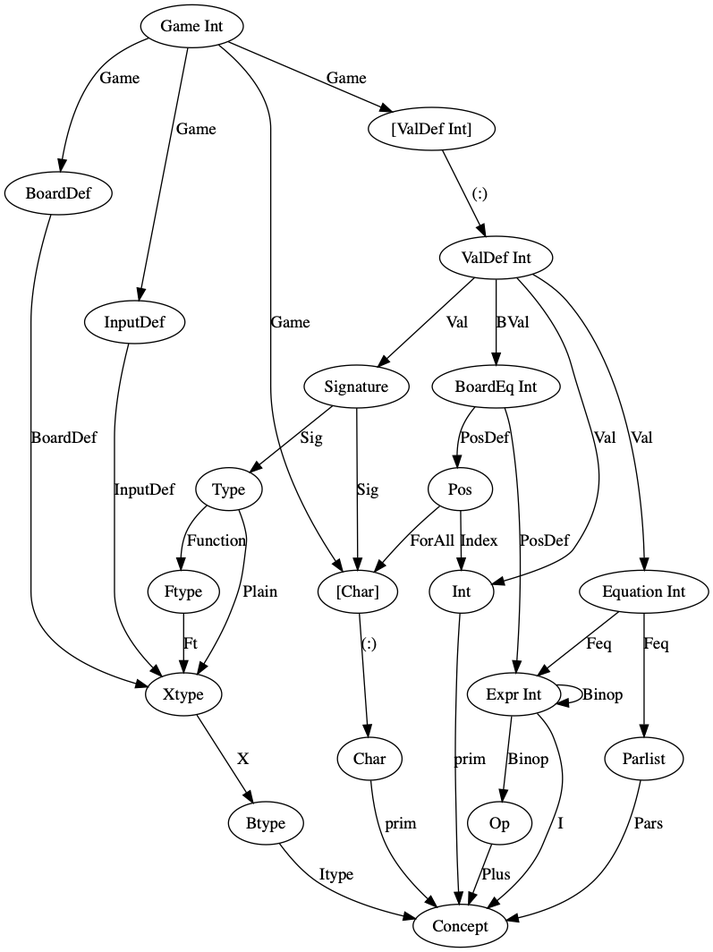
montymxb/ProgramConceptClassifier keeps this Graphviz diagram as astgraph.png. Above is the earlier version. Its source is kept beside it as astgraph.gv.
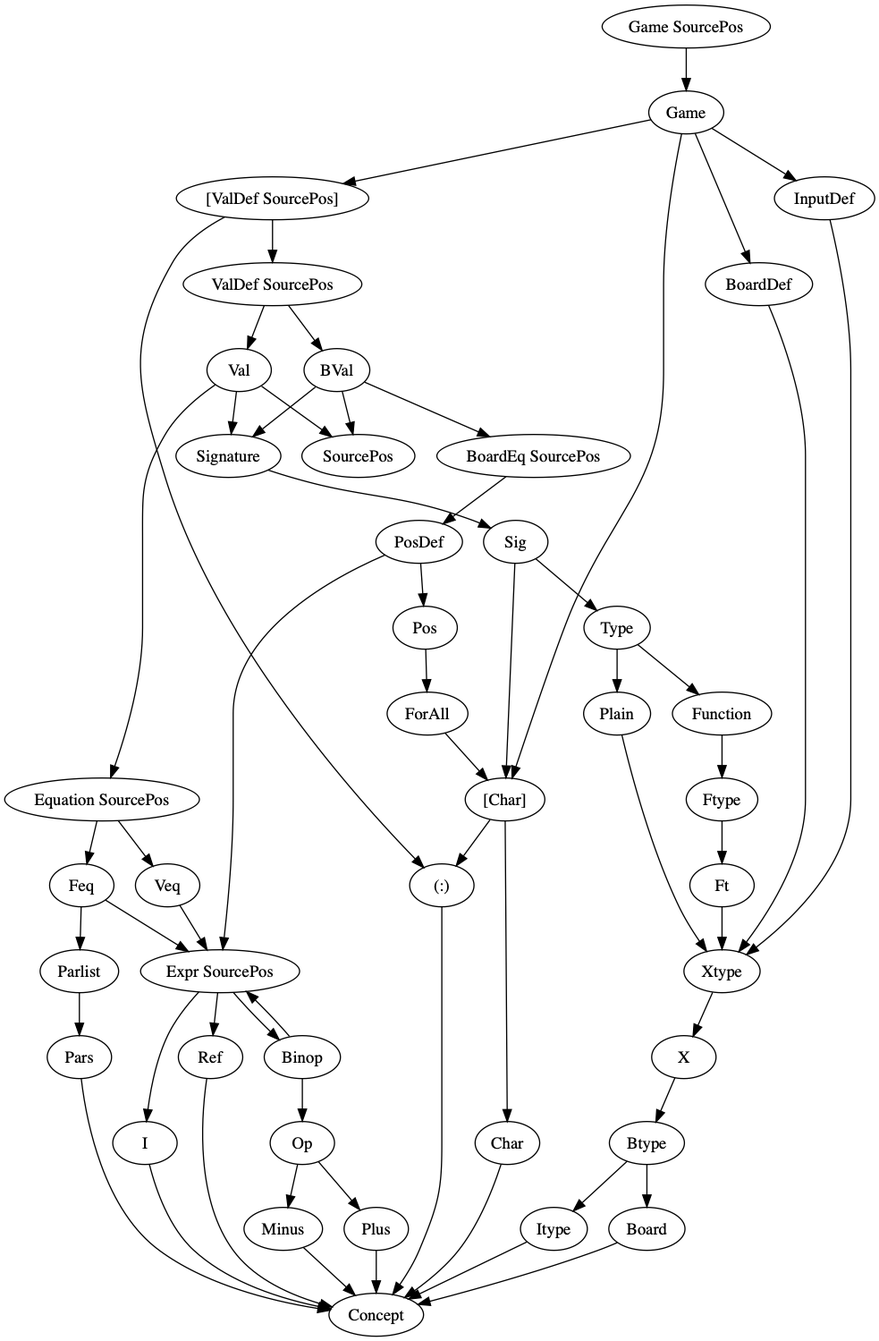
After the change.

What changed in the source:
```diff
@@ -1,139 +1,234 @@
 strict digraph G {
-Game_Int	 [label="Game Int"];
+Game_SourcePos	 [label="Game SourcePos"];
+Game	 [label="Game"];
 List_Char	 [label="[Char]"];
+OParenColonCParen	 [label="(:)"];
 Char	 [label="Char"];
+Concept	 [label="Concept"];
 Char	 [label="Char"];
+Concept	 [label="Concept"];
 Char	 [label="Char"];
+Concept	 [label="Concept"];
 Char	 [label="Char"];
+Concept	 [label="Concept"];
 Char	 [label="Char"];
+Concept	 [label="Concept"];
 Char	 [label="Char"];
+Concept	 [label="Concept"];
 Char	 [label="Char"];
+Concept	 [label="Concept"];
 Char	 [label="Char"];
+Concept	 [label="Concept"];
+BoardDef	 [label="BoardDef"];
 BoardDef	 [label="BoardDef"];
 Xtype	 [label="Xtype"];
+X	 [label="X"];
 Btype	 [label="Btype"];
 InputDef	 [label="InputDef"];
+InputDef	 [label="InputDef"];
 Xtype	 [label="Xtype"];
+X	 [label="X"];
 Btype	 [label="Btype"];
-List_ValDef_Int	 [label="[ValDef Int]"];
-ValDef_Int	 [label="ValDef Int"];
+List_ValDef_SourcePos	 [label="[ValDef SourcePos]"];
+OParenColonCParen	 [label="(:)"];
+ValDef_SourcePos	 [label="ValDef SourcePos"];
+Val	 [label="Val"];
 Signature	 [label="Signature"];
+Sig	 [label="Sig"];
 Type	 [label="Type"];
+Plain	 [label="Plain"];
 Xtype	 [label="Xtype"];
+X	 [label="X"];
 Btype	 [label="Btype"];
 List_Char	 [label="[Char]"];
+OParenColonCParen	 [label="(:)"];
 Char	 [label="Char"];
+Concept	 [label="Concept"];
 Char	 [label="Char"];
-Equation_Int	 [label="Equation Int"];
-Expr_Int	 [label="Expr Int"];
-Int	 [label="Int"];
-ValDef_Int	 [label="ValDef Int"];
+Concept	 [label="Concept"];
+Equation_SourcePos	 [label="Equation SourcePos"];
+Veq	 [label="Veq"];
+Expr_SourcePos	 [label="Expr SourcePos"];
+I	 [label="I"];
+ValDef_SourcePos	 [label="ValDef SourcePos"];
+BVal	 [label="BVal"];
 Signature	 [label="Signature"];
+Sig	 [label="Sig"];
 Type	 [label="Type"];
+Plain	 [label="Plain"];
 Xtype	 [label="Xtype"];
+X	 [label="X"];
 Btype	 [label="Btype"];
 List_Char	 [label="[Char]"];
+OParenColonCParen	 [label="(:)"];
 Char	 [label="Char"];
+Concept	 [label="Concept"];
 Char	 [label="Char"];
-BoardEq_Int	 [label="BoardEq Int"];
+Concept	 [label="Concept"];
+BoardEq_SourcePos	 [label="BoardEq SourcePos"];
+PosDef	 [label="PosDef"];
 Pos	 [label="Pos"];
+ForAll	 [label="ForAll"];
 Pos	 [label="Pos"];
-Expr_Int	 [label="Expr Int"];
-Int	 [label="Int"];
-ValDef_Int	 [label="ValDef Int"];
+ForAll	 [label="ForAll"];
+Expr_SourcePos	 [label="Expr SourcePos"];
+I	 [label="I"];
+ValDef_SourcePos	 [label="ValDef SourcePos"];
+Val	 [label="Val"];
 Signature	 [label="Signature"];
+Sig	 [label="Sig"];
 Type	 [label="Type"];
+Function	 [label="Function"];
 Ftype	 [label="Ftype"];
+Ft	 [label="Ft"];
 Xtype	 [label="Xtype"];
+X	 [label="X"];
 Btype	 [label="Btype"];
 Xtype	 [label="Xtype"];
+X	 [label="X"];
 Btype	 [label="Btype"];
 List_Char	 [label="[Char]"];
+OParenColonCParen	 [label="(:)"];
 Char	 [label="Char"];
+Concept	 [label="Concept"];
 Char	 [label="Char"];
-Equation_Int	 [label="Equation Int"];
+Concept	 [label="Concept"];
+Equation_SourcePos	 [label="Equation SourcePos"];
+Feq	 [label="Feq"];
 Parlist	 [label="Parlist"];
-Expr_Int	 [label="Expr Int"];
+Pars	 [label="Pars"];
+Expr_SourcePos	 [label="Expr SourcePos"];
+Binop	 [label="Binop"];
 Op	 [label="Op"];
-Expr_Int	 [label="Expr Int"];
-Expr_Int	 [label="Expr Int"];
-Int	 [label="Int"];
-Game_Int	->	List_Char	 [label="Game"];
-Game_Int	->	BoardDef	 [label="Game"];
-Game_Int	->	InputDef	 [label="Game"];
-Game_Int	->	List_ValDef_Int	 [label="Game"];
-List_Char	->	Char	 [label="(:)"];
-List_Char	->	Char	 [label="(:)"];
-List_Char	->	Char	 [label="(:)"];
-List_Char	->	Char	 [label="(:)"];
-List_Char	->	Char	 [label="(:)"];
-List_Char	->	Char	 [label="(:)"];
-List_Char	->	Char	 [label="(:)"];
-List_Char	->	Char	 [label="(:)"];
-Char	->	Concept	 [label="prim"];
-Char	->	Concept	 [label="prim"];
-Char	->	Concept	 [label="prim"];
-Char	->	Concept	 [label="prim"];
-Char	->	Concept	 [label="prim"];
-Char	->	Concept	 [label="prim"];
-Char	->	Concept	 [label="prim"];
-Char	->	Concept	 [label="prim"];
-BoardDef	->	Xtype	 [label="BoardDef"];
-Xtype	->	Btype	 [label="X"];
-Btype	->	Concept	 [label="Itype"];
-InputDef	->	Xtype	 [label="InputDef"];
-Xtype	->	Btype	 [label="X"];
-Btype	->	Concept	 [label="Itype"];
-List_ValDef_Int	->	ValDef_Int	 [label="(:)"];
-List_ValDef_Int	->	ValDef_Int	 [label="(:)"];
-List_ValDef_Int	->	ValDef_Int	 [label="(:)"];
-ValDef_Int	->	Signature	 [label="Val"];
-ValDef_Int	->	Equation_Int	 [label="Val"];
-ValDef_Int	->	Int	 [label="Val"];
-Signature	->	Type	 [label="Sig"];
-Signature	->	List_Char	 [label="Sig"];
-Type	->	Xtype	 [label="Plain"];
-Xtype	->	Btype	 [label="X"];
-Btype	->	Concept	 [label="Itype"];
-Equation_Int	->	Expr_Int	 [label="Veq"];
-Expr_Int	->	Concept	 [label="I"];
-Int	->	Concept	 [label="prim"];
-ValDef_Int	->	BoardEq_Int	 [label="BVal"];
-ValDef_Int	->	Signature	 [label="BVal"];
-ValDef_Int	->	Int	 [label="BVal"];
-Signature	->	Type	 [label="Sig"];
-Signature	->	List_Char	 [label="Sig"];
-Type	->	Xtype	 [label="Plain"];
-Xtype	->	Btype	 [label="X"];
-Btype	->	Concept	 [label="Board"];
-Int	->	Concept	 [label="prim"];
-BoardEq_Int	->	Pos	 [label="PosDef"];
-BoardEq_Int	->	Pos	 [label="PosDef"];
-BoardEq_Int	->	Expr_Int	 [label="PosDef"];
-Pos	->	Int	 [label="Index"];
-Pos	->	List_Char	 [label="ForAll"];
-Expr_Int	->	Concept	 [label="I"];
-ValDef_Int	->	Signature	 [label="Val"];
-ValDef_Int	->	Equation_Int	 [label="Val"];
-ValDef_Int	->	Int	 [label="Val"];
-Signature	->	Type	 [label="Sig"];
-Signature	->	List_Char	 [label="Sig"];
-Type	->	Ftype	 [label="Function"];
-Ftype	->	Xtype	 [label="Ft"];
-Ftype	->	Xtype	 [label="Ft"];
-Xtype	->	Btype	 [label="X"];
-Btype	->	Concept	 [label="Itype"];
-Xtype	->	Btype	 [label="X"];
-Btype	->	Concept	 [label="Itype"];
-Equation_Int	->	Parlist	 [label="Feq"];
-Equation_Int	->	Expr_Int	 [label="Feq"];
-Parlist	->	Concept	 [label="Pars"];
-Expr_Int	->	Op	 [label="Binop"];
-Expr_Int	->	Expr_Int	 [label="Binop"];
-Expr_Int	->	Expr_Int	 [label="Binop"];
-Op	->	Concept	 [label="Plus"];
-Expr_Int	->	Concept	 [label="Ref"];
-Expr_Int	->	Concept	 [label="I"];
-Int	->	Concept	 [label="prim"];
+Expr_SourcePos	 [label="Expr SourcePos"];
+Ref	 [label="Ref"];
+Expr_SourcePos	 [label="Expr SourcePos"];
+Binop	 [label="Binop"];
+Op	 [label="Op"];
+Expr_SourcePos	 [label="Expr SourcePos"];
+I	 [label="I"];
+Expr_SourcePos	 [label="Expr SourcePos"];
+I	 [label="I"];
+Game_SourcePos	->	Game	 [label=""];
+Game	->	List_Char	 [label=""];
+Game	->	BoardDef	 [label=""];
+Game	->	InputDef	 [label=""];
+Game	->	List_ValDef_SourcePos	 [label=""];
+List_Char	->	OParenColonCParen	 [label=""];
+OParenColonCParen	->	Concept	 [label=""];
+List_Char	->	Char	 [label=""];
+List_Char	->	Char	 [label=""];
+List_Char	->	Char	 [label=""];
+List_Char	->	Char	 [label=""];
+List_Char	->	Char	 [label=""];
+List_Char	->	Char	 [label=""];
+List_Char	->	Char	 [label=""];
+List_Char	->	Char	 [label=""];
+Char	->	Concept	 [label=""];
+Char	->	Concept	 [label=""];
+Char	->	Concept	 [label=""];
+Char	->	Concept	 [label=""];
+Char	->	Concept	 [label=""];
+Char	->	Concept	 [label=""];
+Char	->	Concept	 [label=""];
+Char	->	Concept	 [label=""];
+BoardDef	->	Xtype	 [label=""];
+Xtype	->	X	 [label=""];
+X	->	Btype	 [label=""];
+Btype	->	Itype	 [label=""];
+Itype	->	Concept	 [label=""];
+InputDef	->	Xtype	 [label=""];
+Xtype	->	X	 [label=""];
+X	->	Btype	 [label=""];
+Btype	->	Itype	 [label=""];
+Itype	->	Concept	 [label=""];
+List_ValDef_SourcePos	->	OParenColonCParen	 [label=""];
+OParenColonCParen	->	Concept	 [label=""];
+List_ValDef_SourcePos	->	ValDef_SourcePos	 [label=""];
+List_ValDef_SourcePos	->	ValDef_SourcePos	 [label=""];
+List_ValDef_SourcePos	->	ValDef_SourcePos	 [label=""];
+ValDef_SourcePos	->	Val	 [label=""];
+Val	->	Signature	 [label=""];
+Val	->	Equation_SourcePos	 [label=""];
+Val	->	SourcePos	 [label=""];
+Signature	->	Sig	 [label=""];
+Sig	->	Type	 [label=""];
+Sig	->	List_Char	 [label=""];
+Type	->	Plain	 [label=""];
+Plain	->	Xtype	 [label=""];
+Xtype	->	X	 [label=""];
+X	->	Btype	 [label=""];
+Btype	->	Itype	 [label=""];
+Itype	->	Concept	 [label=""];
+Equation_SourcePos	->	Veq	 [label=""];
+Veq	->	Expr_SourcePos	 [label=""];
+Expr_SourcePos	->	I	 [label=""];
+I	->	Concept	 [label=""];
+ValDef_SourcePos	->	BVal	 [label=""];
+BVal	->	BoardEq_SourcePos	 [label=""];
+BVal	->	Signature	 [label=""];
+BVal	->	SourcePos	 [label=""];
+Signature	->	Sig	 [label=""];
+Sig	->	Type	 [label=""];
+Sig	->	List_Char	 [label=""];
+Type	->	Plain	 [label=""];
+Plain	->	Xtype	 [label=""];
+Xtype	->	X	 [label=""];
+X	->	Btype	 [label=""];
+Btype	->	Board	 [label=""];
+Board	->	Concept	 [label=""];
+BoardEq_SourcePos	->	PosDef	 [label=""];
+PosDef	->	Pos	 [label=""];
+PosDef	->	Pos	 [label=""];
+PosDef	->	Expr_SourcePos	 [label=""];
+Pos	->	ForAll	 [label=""];
+ForAll	->	List_Char	 [label=""];
+Pos	->	ForAll	 [label=""];
+ForAll	->	List_Char	 [label=""];
+Expr_SourcePos	->	I	 [label=""];
+I	->	Concept	 [label=""];
+ValDef_SourcePos	->	Val	 [label=""];
+Val	->	Signature	 [label=""];
+Val	->	Equation_SourcePos	 [label=""];
+Val	->	SourcePos	 [label=""];
+Signature	->	Sig	 [label=""];
+Sig	->	Type	 [label=""];
+Sig	->	List_Char	 [label=""];
+Type	->	Function	 [label=""];
+Function	->	Ftype	 [label=""];
+Ftype	->	Ft	 [label=""];
+Ft	->	Xtype	 [label=""];
+Ft	->	Xtype	 [label=""];
+Xtype	->	X	 [label=""];
+X	->	Btype	 [label=""];
+Btype	->	Itype	 [label=""];
+Itype	->	Concept	 [label=""];
+Xtype	->	X	 [label=""];
+X	->	Btype	 [label=""];
+Btype	->	Itype	 [label=""];
+Itype	->	Concept	 [label=""];
+Equation_SourcePos	->	Feq	 [label=""];
+Feq	->	Parlist	 [label=""];
+Feq	->	Expr_SourcePos	 [label=""];
+Parlist	->	Pars	 [label=""];
+Pars	->	Concept	 [label=""];
+Expr_SourcePos	->	Binop	 [label=""];
+Binop	->	Op	 [label=""];
+Binop	->	Expr_SourcePos	 [label=""];
+Binop	->	Expr_SourcePos	 [label=""];
+Op	->	Plus	 [label=""];
+Plus	->	Concept	 [label=""];
+Expr_SourcePos	->	Ref	 [label=""];
+Ref	->	Concept	 [label=""];
+Expr_SourcePos	->	Binop	 [label=""];
+Binop	->	Op	 [label=""];
+Binop	->	Expr_SourcePos	 [label=""];
+Binop	->	Expr_SourcePos	 [label=""];
+Op	->	Minus	 [label=""];
+Minus	->	Concept	 [label=""];
+Expr_SourcePos	->	I	 [label=""];
+I	->	Concept	 [label=""];
+Expr_SourcePos	->	I	 [label=""];
+I	->	Concept	 [label=""];
 
 }
```
